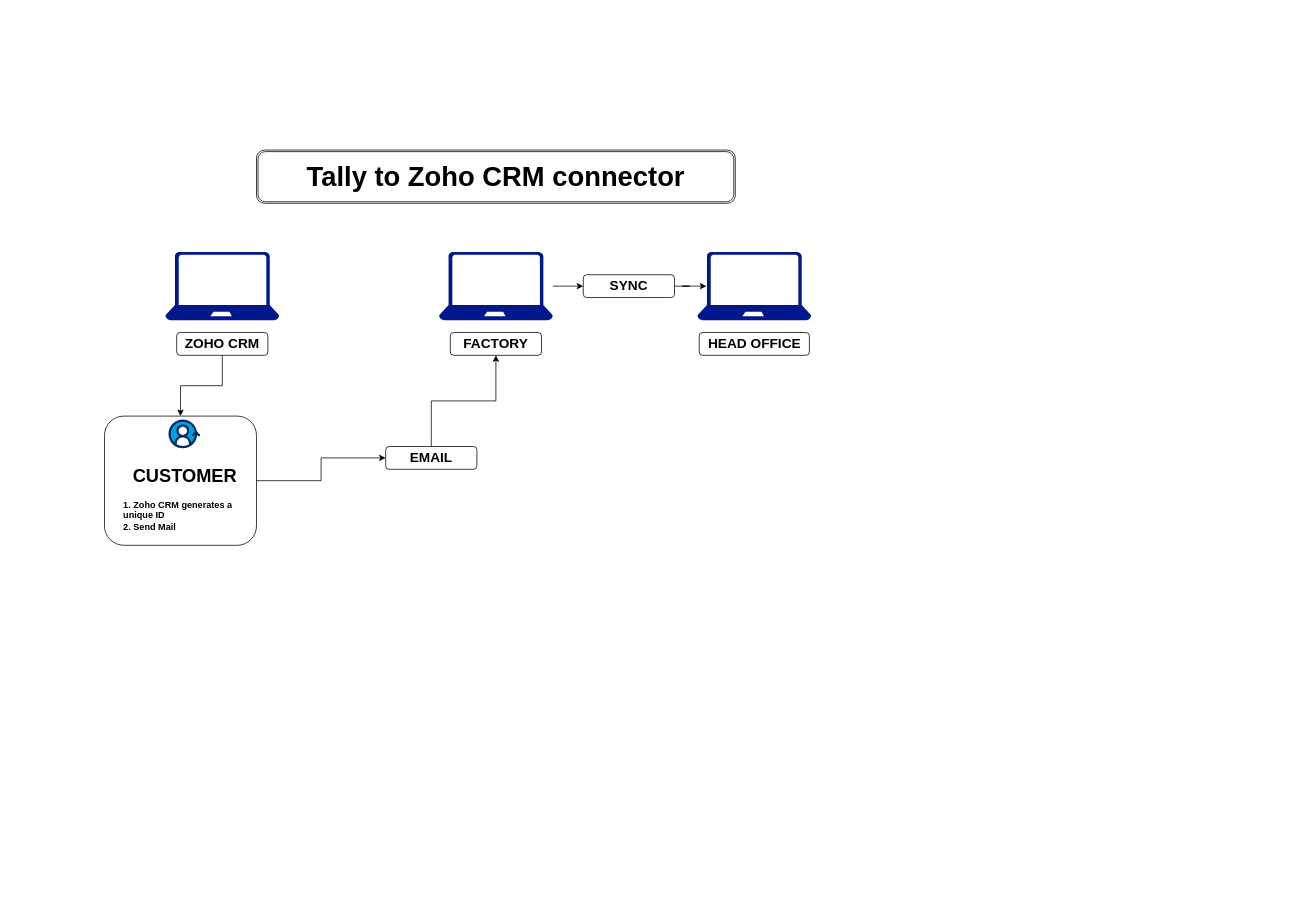
hashib786/chakra-ui keeps this draw.io diagram as How tally to crm Data gone.drawio. Above is the earlier version. Source tidied: cells renumbered, new cells numbered last; positions are measured from the earlier drawing's top-left corner, leaving out a move shared by most shapes. Both pictures are drawn from the tidied source at 76%, with x=0, y=0 at pixel (104, 150). Pictures stored in the file or linked from it are replaced by grey dashed boxes.
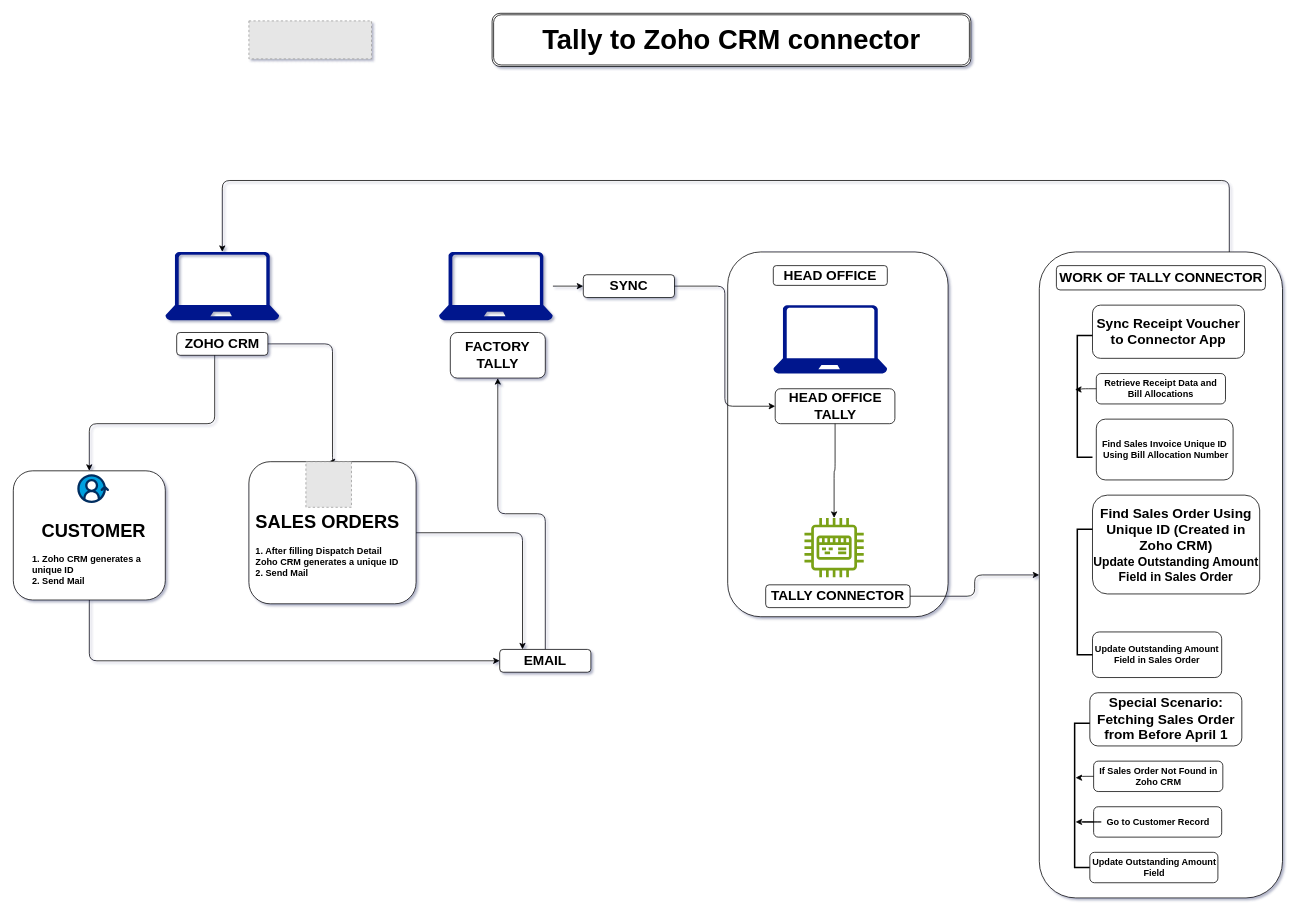
After the change.

The change refers to these unchanged cells:
```xml
<mxCell id="13" style="rounded=1;whiteSpace=wrap;html=1;" parent="12" vertex="1">
  <mxGeometry width="200" height="170" as="geometry" />
</mxCell>
<mxCell id="19" value="&lt;span style=&quot;font-size: 18px;&quot;&gt;&lt;b&gt;SYNC&lt;/b&gt;&lt;/span&gt;" style="rounded=1;whiteSpace=wrap;html=1;" parent="1" vertex="1">
  <mxGeometry x="630" y="164" width="120" height="30" as="geometry" />
</mxCell>
```

Change to the diagram source:
```diff
@@
-<mxGraphModel>
+<mxGraphModel shadow="1">
@@
-    <mxCell id="2" style="sketch=0;shadow=0;dashed=0;html=1;strokeColor=none;labelPosition=center;verticalLabelPosition=bottom;verticalAlign=top;align=center;fillColor=#00188D;shape=mxgraph.azure.laptop;" parent="1" vertex="1">
-      <mxGeometry x="80" y="134" width="150" height="90" as="geometry" />
-    </mxCell>
-    <mxCell id="3" style="edgeStyle=orthogonalEdgeStyle;rounded=0;jettySize=auto;html=1;entryX=0;entryY=0.5;entryDx=0;entryDy=0;" parent="1" edge="1" source="4" target="19">
+    <mxCell id="3" style="edgeStyle=orthogonalEdgeStyle;rounded=1;jettySize=auto;html=1;entryX=0;entryY=0.5;entryDx=0;entryDy=0;" parent="1" edge="1" source="4" target="19">
       <mxGeometry relative="1" as="geometry" />
     </mxCell>
-    <mxCell id="4" style="sketch=0;shadow=0;dashed=0;html=1;strokeColor=none;labelPosition=center;verticalLabelPosition=bottom;verticalAlign=top;align=center;fillColor=#00188D;shape=mxgraph.azure.laptop;" parent="1" vertex="1">
-      <mxGeometry x="440" y="134" width="150" height="90" as="geometry" />
-    </mxCell>
-    <mxCell id="5" style="sketch=0;shadow=0;dashed=0;html=1;strokeColor=none;labelPosition=center;verticalLabelPosition=bottom;verticalAlign=top;align=center;fillColor=#00188D;shape=mxgraph.azure.laptop;" parent="1" vertex="1">
-      <mxGeometry x="780" y="134" width="150" height="90" as="geometry" />
-    </mxCell>
     <mxCell id="6" value="&lt;font style=&quot;font-size: 36px;&quot;&gt;&lt;b&gt;Tally to Zoho CRM connector&lt;/b&gt;&lt;/font&gt;" style="shape=ext;double=1;rounded=1;whiteSpace=wrap;html=1;" parent="1" vertex="1">
-      <mxGeometry x="200" width="630" height="70" as="geometry" />
+      <mxGeometry x="510" y="-180" width="630" height="70" as="geometry" />
     </mxCell>
-    <mxCell id="7" style="edgeStyle=orthogonalEdgeStyle;rounded=0;jettySize=auto;html=1;entryX=0.5;entryY=0;entryDx=0;entryDy=0;" parent="1" edge="1" source="8" target="13">
-      <mxGeometry relative="1" as="geometry" />
+    <mxCell id="7" style="edgeStyle=orthogonalEdgeStyle;rounded=1;jettySize=auto;html=1;entryX=0.5;entryY=0;entryDx=0;entryDy=0;" parent="1" edge="1" target="13">
+      <mxGeometry relative="1" as="geometry">
+        <mxPoint x="145" y="240" as="sourcePoint" />
+        <Array as="points">
+          <mxPoint x="145" y="360" />
+          <mxPoint x="-20" y="360" />
+        </Array>
+      </mxGeometry>
     </mxCell>
-    <mxCell id="8" value="&lt;b&gt;&lt;font style=&quot;font-size: 18px;&quot;&gt;ZOHO CRM&lt;/font&gt;&lt;/b&gt;" style="rounded=1;whiteSpace=wrap;html=1;" parent="1" vertex="1">
-      <mxGeometry x="95" y="240" width="120" height="30" as="geometry" />
-    </mxCell>
-    <mxCell id="9" value="&lt;span style=&quot;font-size: 18px;&quot;&gt;&lt;b&gt;FACTORY&lt;/b&gt;&lt;/span&gt;" style="rounded=1;whiteSpace=wrap;html=1;" parent="1" vertex="1">
-      <mxGeometry x="455" y="240" width="120" height="30" as="geometry" />
-    </mxCell>
-    <mxCell id="10" value="&lt;span style=&quot;font-size: 18px;&quot;&gt;&lt;b&gt;HEAD OFFICE&lt;/b&gt;&lt;/span&gt;" style="rounded=1;whiteSpace=wrap;html=1;" parent="1" vertex="1">
-      <mxGeometry x="782.5" y="240" width="145" height="30" as="geometry" />
-    </mxCell>
-    <mxCell id="11" style="group;" parent="1" vertex="1">
-      <mxGeometry y="345" width="230" height="170" as="geometry" />
+    <mxCell id="11" style="group;rounded=1;" parent="1" vertex="1">
+      <mxGeometry x="-120" y="417" width="230" height="170" as="geometry" />
     </mxCell>
-    <mxCell id="12" style="group;" parent="11" vertex="1">
+    <mxCell id="12" style="group;rounded=1;" parent="11" vertex="1">
       <mxGeometry y="5" width="200" height="170" as="geometry" />
     </mxCell>
@@
-    <mxCell id="14" value="&lt;h1 style=&quot;text-align: center;&quot;&gt;CUSTOMER&lt;/h1&gt;&lt;p&gt;&lt;/p&gt;&lt;b&gt;1. Zoho CRM generates a unique ID&lt;br&gt;2. Send Mail&lt;br&gt;&lt;/b&gt;" style="text;html=1;strokeColor=none;fillColor=none;spacing=5;spacingTop=-20;whiteSpace=wrap;overflow=hidden;rounded=0;" parent="12" vertex="1">
+    <mxCell id="14" value="&lt;h1 style=&quot;text-align: center;&quot;&gt;CUSTOMER&lt;/h1&gt;&lt;p&gt;&lt;/p&gt;&lt;b&gt;1. Zoho CRM generates a unique ID&lt;br&gt;2. Send Mail&lt;br&gt;&lt;/b&gt;" style="text;html=1;strokeColor=none;fillColor=none;spacing=5;spacingTop=-20;whiteSpace=wrap;overflow=hidden;rounded=1;" parent="12" vertex="1">
       <mxGeometry x="20" y="58.9" width="170" height="105.6" as="geometry" />
     </mxCell>
-    <mxCell id="15" style="verticalLabelPosition=bottom;html=1;shape=mxgraph.salesforce.customer_360;" parent="12" vertex="1">
+    <mxCell id="15" style="verticalLabelPosition=bottom;html=1;shape=mxgraph.salesforce.customer_360;rounded=1;" parent="12" vertex="1">
       <mxGeometry x="84.2" y="4.5" width="41.7" height="37.9" as="geometry" />
     </mxCell>
-    <mxCell id="16" style="edgeStyle=orthogonalEdgeStyle;rounded=0;jettySize=auto;html=1;entryX=0.5;entryY=1;entryDx=0;entryDy=0;" parent="1" edge="1" source="17" target="9">
+    <mxCell id="16" style="edgeStyle=orthogonalEdgeStyle;rounded=1;jettySize=auto;html=1;entryX=0.5;entryY=1;entryDx=0;entryDy=0;" parent="1" edge="1" source="17" target="9">
       <mxGeometry relative="1" as="geometry" />
     </mxCell>
     <mxCell id="17" value="&lt;span style=&quot;font-size: 18px;&quot;&gt;&lt;b&gt;EMAIL&lt;/b&gt;&lt;/span&gt;" style="rounded=1;whiteSpace=wrap;html=1;" parent="1" vertex="1">
-      <mxGeometry x="370" y="390" width="120" height="30" as="geometry" />
+      <mxGeometry x="520" y="657" width="120" height="30" as="geometry" />
     </mxCell>
-    <mxCell id="18" style="edgeStyle=orthogonalEdgeStyle;rounded=0;jettySize=auto;html=1;entryX=0;entryY=0.5;entryDx=0;entryDy=0;" parent="1" edge="1" source="13" target="17">
-      <mxGeometry relative="1" as="geometry" />
+    <mxCell id="18" style="edgeStyle=orthogonalEdgeStyle;rounded=1;jettySize=auto;html=1;entryX=0;entryY=0.5;entryDx=0;entryDy=0;" parent="1" edge="1" source="13" target="17">
+      <mxGeometry relative="1" as="geometry">
+        <Array as="points">
+          <mxPoint x="-20" y="672" />
+        </Array>
+      </mxGeometry>
     </mxCell>
@@
-    <mxCell id="20" style="edgeStyle=orthogonalEdgeStyle;rounded=0;jettySize=auto;html=1;entryX=0.08;entryY=0.5;entryDx=0;entryDy=0;entryPerimeter=0;" parent="1" edge="1" source="19" target="5">
-      <mxGeometry relative="1" as="geometry" />
-    </mxCell>
+    <mxCell id="21" style="group;rounded=1;" parent="1" vertex="1">
+      <mxGeometry x="80" y="134" width="150" height="136" as="geometry" />
+    </mxCell>
+    <mxCell id="2" style="shadow=0;dashed=0;html=1;strokeColor=none;labelPosition=center;verticalLabelPosition=bottom;verticalAlign=top;align=center;fillColor=#00188D;shape=mxgraph.azure.laptop;rounded=1;" parent="21" vertex="1">
+      <mxGeometry width="150" height="90" as="geometry" />
+    </mxCell>
+    <mxCell id="8" value="&lt;b&gt;&lt;font style=&quot;font-size: 18px;&quot;&gt;ZOHO CRM&lt;/font&gt;&lt;/b&gt;" style="rounded=1;whiteSpace=wrap;html=1;" parent="21" vertex="1">
+      <mxGeometry x="15" y="106" width="120" height="30" as="geometry" />
+    </mxCell>
+    <mxCell id="22" style="group;rounded=1;" parent="1" vertex="1">
+      <mxGeometry x="440" y="134" width="150" height="166" as="geometry" />
+    </mxCell>
+    <mxCell id="4" style="shadow=0;dashed=0;html=1;strokeColor=none;labelPosition=center;verticalLabelPosition=bottom;verticalAlign=top;align=center;fillColor=#00188D;shape=mxgraph.azure.laptop;rounded=1;" parent="22" vertex="1">
+      <mxGeometry width="150" height="90" as="geometry" />
+    </mxCell>
+    <mxCell id="9" value="&lt;span style=&quot;font-size: 18px;&quot;&gt;&lt;b&gt;FACTORY&lt;br&gt;TALLY&lt;br&gt;&lt;/b&gt;&lt;/span&gt;" style="rounded=1;whiteSpace=wrap;html=1;" parent="22" vertex="1">
+      <mxGeometry x="15" y="106" width="125" height="60" as="geometry" />
+    </mxCell>
+    <mxCell id="23" style="edgeStyle=orthogonalEdgeStyle;rounded=1;jettySize=auto;html=1;entryX=0.5;entryY=0;entryDx=0;entryDy=0;" parent="1" edge="1" source="8" target="28">
+      <mxGeometry relative="1" as="geometry">
+        <Array as="points">
+          <mxPoint x="300" y="255" />
+          <mxPoint x="300" y="410" />
+        </Array>
+      </mxGeometry>
+    </mxCell>
+    <mxCell id="24" style="edgeStyle=orthogonalEdgeStyle;rounded=1;jettySize=auto;html=1;entryX=0.25;entryY=0;entryDx=0;entryDy=0;" parent="1" edge="1" source="26" target="17">
+      <mxGeometry relative="1" as="geometry" />
+    </mxCell>
+    <mxCell id="25" style="group;rounded=1;" parent="1" vertex="1">
+      <mxGeometry x="190" y="410" width="220" height="187" as="geometry" />
+    </mxCell>
+    <mxCell id="26" style="rounded=1;whiteSpace=wrap;html=1;" parent="25" vertex="1">
+      <mxGeometry width="220" height="187" as="geometry" />
+    </mxCell>
+    <mxCell id="27" value="&lt;h1 style=&quot;text-align: center;&quot;&gt;SALES ORDERS&lt;/h1&gt;&lt;p&gt;&lt;/p&gt;&lt;b&gt;1. After filling Dispatch Detail&lt;br&gt;Zoho CRM generates a unique ID&lt;br&gt;2. Send Mail&lt;br&gt;&lt;/b&gt;" style="text;html=1;strokeColor=none;fillColor=none;spacing=5;spacingTop=-20;whiteSpace=wrap;overflow=hidden;rounded=1;" parent="25" vertex="1">
+      <mxGeometry x="4.3" y="60" width="215.7" height="117" as="geometry" />
+    </mxCell>
+    <mxCell id="28" style="fillColor=#E6E6E6;strokeColor=#999999;dashed=1;html=1;verticalAlign=top;verticalLabelPosition=bottom;labelBackgroundColor=#ffffff;" parent="25" vertex="1">
+      <mxGeometry x="75" width="60" height="60" as="geometry" />
+    </mxCell>
+    <mxCell id="29" style="rounded=1;whiteSpace=wrap;html=1;" parent="1" vertex="1">
+      <mxGeometry x="820" y="134" width="290" height="480" as="geometry" />
+    </mxCell>
+    <mxCell id="30" value="&lt;span style=&quot;font-size: 18px;&quot;&gt;&lt;b&gt;HEAD OFFICE&lt;/b&gt;&lt;/span&gt;" style="rounded=1;whiteSpace=wrap;html=1;" parent="1" vertex="1">
+      <mxGeometry x="880" y="152" width="150" height="26" as="geometry" />
+    </mxCell>
+    <mxCell id="31" style="group;rounded=1;" parent="1" vertex="1">
+      <mxGeometry x="880" y="204" width="160" height="156" as="geometry" />
+    </mxCell>
+    <mxCell id="5" style="shadow=0;dashed=0;html=1;strokeColor=none;labelPosition=center;verticalLabelPosition=bottom;verticalAlign=top;align=center;fillColor=#00188D;shape=mxgraph.azure.laptop;rounded=1;" parent="31" vertex="1">
+      <mxGeometry width="150" height="90" as="geometry" />
+    </mxCell>
+    <mxCell id="10" value="&lt;span style=&quot;font-size: 18px;&quot;&gt;&lt;b&gt;HEAD OFFICE&lt;br&gt;TALLY&lt;br&gt;&lt;/b&gt;&lt;/span&gt;" style="rounded=1;whiteSpace=wrap;html=1;" parent="31" vertex="1">
+      <mxGeometry x="2.5" y="110" width="157.5" height="46" as="geometry" />
+    </mxCell>
+    <mxCell id="32" style="edgeStyle=orthogonalEdgeStyle;rounded=1;jettySize=auto;html=1;entryX=0;entryY=0.5;entryDx=0;entryDy=0;" parent="1" edge="1" source="19" target="10">
+      <mxGeometry relative="1" as="geometry" />
+    </mxCell>
+    <mxCell id="33" style="group;rounded=1;" parent="1" vertex="1">
+      <mxGeometry x="870" y="484" width="190" height="118" as="geometry" />
+    </mxCell>
+    <mxCell id="34" style="outlineConnect=0;fontColor=#232F3E;gradientColor=none;fillColor=#7AA116;strokeColor=none;dashed=0;verticalLabelPosition=bottom;verticalAlign=top;align=center;html=1;fontSize=12;fontStyle=0;shape=mxgraph.aws4.iot_thing_industrial_pc;rounded=1;" parent="33" vertex="1">
+      <mxGeometry x="51" width="78" height="78" as="geometry" />
+    </mxCell>
+    <mxCell id="35" value="&lt;span style=&quot;font-size: 18px;&quot;&gt;&lt;b&gt;TALLY CONNECTOR&lt;/b&gt;&lt;/span&gt;" style="rounded=1;whiteSpace=wrap;html=1;" parent="33" vertex="1">
+      <mxGeometry y="88" width="190" height="30" as="geometry" />
+    </mxCell>
+    <mxCell id="36" style="edgeStyle=orthogonalEdgeStyle;rounded=1;jettySize=auto;html=1;" parent="1" edge="1" source="10" target="34">
+      <mxGeometry relative="1" as="geometry" />
+    </mxCell>
+    <mxCell id="37" style="whiteSpace=wrap;html=1;rounded=1;" parent="1" vertex="1">
+      <mxGeometry x="1230" y="134" width="320" height="850" as="geometry" />
+    </mxCell>
+    <mxCell id="38" style="edgeStyle=orthogonalEdgeStyle;rounded=1;jettySize=auto;html=1;" parent="1" edge="1" source="35" target="37">
+      <mxGeometry relative="1" as="geometry" />
+    </mxCell>
+    <mxCell id="39" value="&lt;span style=&quot;font-size: 18px;&quot;&gt;&lt;b&gt;WORK OF TALLY CONNECTOR&lt;/b&gt;&lt;/span&gt;" style="rounded=1;whiteSpace=wrap;html=1;" parent="1" vertex="1">
+      <mxGeometry x="1252.5" y="152" width="275" height="32" as="geometry" />
+    </mxCell>
+    <mxCell id="40" value="&lt;b&gt;&lt;font style=&quot;font-size: 18px;&quot;&gt;Sync Receipt Voucher to Connector App&lt;/font&gt;&lt;/b&gt;" style="rounded=1;whiteSpace=wrap;html=1;" parent="1" vertex="1">
+      <mxGeometry x="1300" y="204" width="200" height="70" as="geometry" />
+    </mxCell>
+    <mxCell id="41" value="&lt;b&gt;Retrieve Receipt Data and Bill Allocations&lt;/b&gt;" style="rounded=1;whiteSpace=wrap;html=1;" parent="1" vertex="1">
+      <mxGeometry x="1305" y="294" width="170" height="40" as="geometry" />
+    </mxCell>
+    <mxCell id="42" style="strokeWidth=2;html=1;shape=mxgraph.flowchart.annotation_1;align=left;rounded=1;" parent="1" vertex="1">
+      <mxGeometry x="1280" y="244" width="20" height="160" as="geometry" />
+    </mxCell>
+    <mxCell id="43" value="&lt;b&gt;Find Sales Invoice&amp;nbsp;&lt;/b&gt;&lt;b style=&quot;border-color: var(--border-color);&quot;&gt;Unique ID&lt;/b&gt;&lt;b&gt;&lt;br&gt;&amp;nbsp;Using Bill Allocation Number&lt;/b&gt;" style="rounded=1;whiteSpace=wrap;html=1;" parent="1" vertex="1">
+      <mxGeometry x="1305" y="354" width="180" height="80" as="geometry" />
+    </mxCell>
+    <mxCell id="44" style="edgeStyle=orthogonalEdgeStyle;rounded=1;jettySize=auto;html=1;entryX=-0.15;entryY=0.444;entryDx=0;entryDy=0;entryPerimeter=0;" parent="1" edge="1" source="41" target="42">
+      <mxGeometry relative="1" as="geometry" />
+    </mxCell>
+    <mxCell id="45" value="&lt;div&gt;&lt;b&gt;&lt;font style=&quot;font-size: 18px;&quot;&gt;Find Sales Order Using Unique ID (Created in Zoho CRM)&lt;/font&gt;&lt;/b&gt;&lt;/div&gt;&lt;div&gt;&lt;b style=&quot;&quot;&gt;&lt;font size=&quot;3&quot;&gt;Update Outstanding Amount Field in Sales Order&lt;/font&gt;&lt;/b&gt;&lt;/div&gt;" style="rounded=1;whiteSpace=wrap;html=1;" parent="1" vertex="1">
+      <mxGeometry x="1300" y="454" width="220" height="130" as="geometry" />
+    </mxCell>
+    <mxCell id="46" value="&lt;b&gt;Update Outstanding Amount Field in Sales Order&lt;/b&gt;" style="rounded=1;whiteSpace=wrap;html=1;" parent="1" vertex="1">
+      <mxGeometry x="1300" y="634" width="170" height="60" as="geometry" />
+    </mxCell>
+    <mxCell id="47" style="strokeWidth=2;html=1;shape=mxgraph.flowchart.annotation_1;align=left;rounded=1;" parent="1" vertex="1">
+      <mxGeometry x="1280" y="499" width="20" height="165" as="geometry" />
+    </mxCell>
+    <mxCell id="48" value="&lt;b&gt;&lt;font style=&quot;font-size: 18px;&quot;&gt;Special Scenario: Fetching Sales Order from Before April 1&lt;/font&gt;&lt;/b&gt;" style="rounded=1;whiteSpace=wrap;html=1;" parent="1" vertex="1">
+      <mxGeometry x="1296.5" y="714" width="200" height="70" as="geometry" />
+    </mxCell>
+    <mxCell id="49" style="strokeWidth=2;html=1;shape=mxgraph.flowchart.annotation_1;align=left;rounded=1;" parent="1" vertex="1">
+      <mxGeometry x="1276.5" y="754" width="20" height="190" as="geometry" />
+    </mxCell>
+    <mxCell id="50" value="&lt;b&gt;If Sales Order Not Found in Zoho CRM&lt;/b&gt;" style="rounded=1;whiteSpace=wrap;html=1;" parent="1" vertex="1">
+      <mxGeometry x="1301.5" y="804" width="170" height="40" as="geometry" />
+    </mxCell>
+    <mxCell id="51" value="&lt;b&gt;Go to Customer Record&lt;/b&gt;" style="rounded=1;whiteSpace=wrap;html=1;" parent="1" vertex="1">
+      <mxGeometry x="1301.5" y="864" width="168.5" height="40" as="geometry" />
+    </mxCell>
+    <mxCell id="52" value="&lt;b&gt;Update Outstanding Amount Field&lt;/b&gt;" style="rounded=1;whiteSpace=wrap;html=1;" parent="1" vertex="1">
+      <mxGeometry x="1296.5" y="924" width="168.5" height="40" as="geometry" />
+    </mxCell>
+    <mxCell id="53" style="edgeStyle=orthogonalEdgeStyle;rounded=1;jettySize=auto;html=1;entryX=0.063;entryY=0.684;entryDx=0;entryDy=0;entryPerimeter=0;" parent="1" edge="1" source="51" target="49">
+      <mxGeometry relative="1" as="geometry" />
+    </mxCell>
+    <mxCell id="54" style="edgeStyle=orthogonalEdgeStyle;rounded=1;jettySize=auto;html=1;entryX=0.063;entryY=0.378;entryDx=0;entryDy=0;entryPerimeter=0;" parent="1" edge="1" source="50" target="49">
+      <mxGeometry relative="1" as="geometry" />
+    </mxCell>
+    <mxCell id="55" style="edgeStyle=orthogonalEdgeStyle;rounded=1;jettySize=auto;html=1;entryX=0.5;entryY=0;entryDx=0;entryDy=0;entryPerimeter=0;" parent="1" edge="1" source="37" target="2">
+      <mxGeometry relative="1" as="geometry">
+        <Array as="points">
+          <mxPoint x="1480" y="40" />
+          <mxPoint x="155" y="40" />
+        </Array>
+      </mxGeometry>
+    </mxCell>
+    <mxCell id="56" style="fillColor=#E6E6E6;strokeColor=#999999;dashed=1;verticalLabelPosition=bottom;labelBackgroundColor=default;verticalAlign=top;" parent="1" vertex="1">
+      <mxGeometry x="190" y="-170" width="161.4" height="50" as="geometry" />
+    </mxCell>
```
